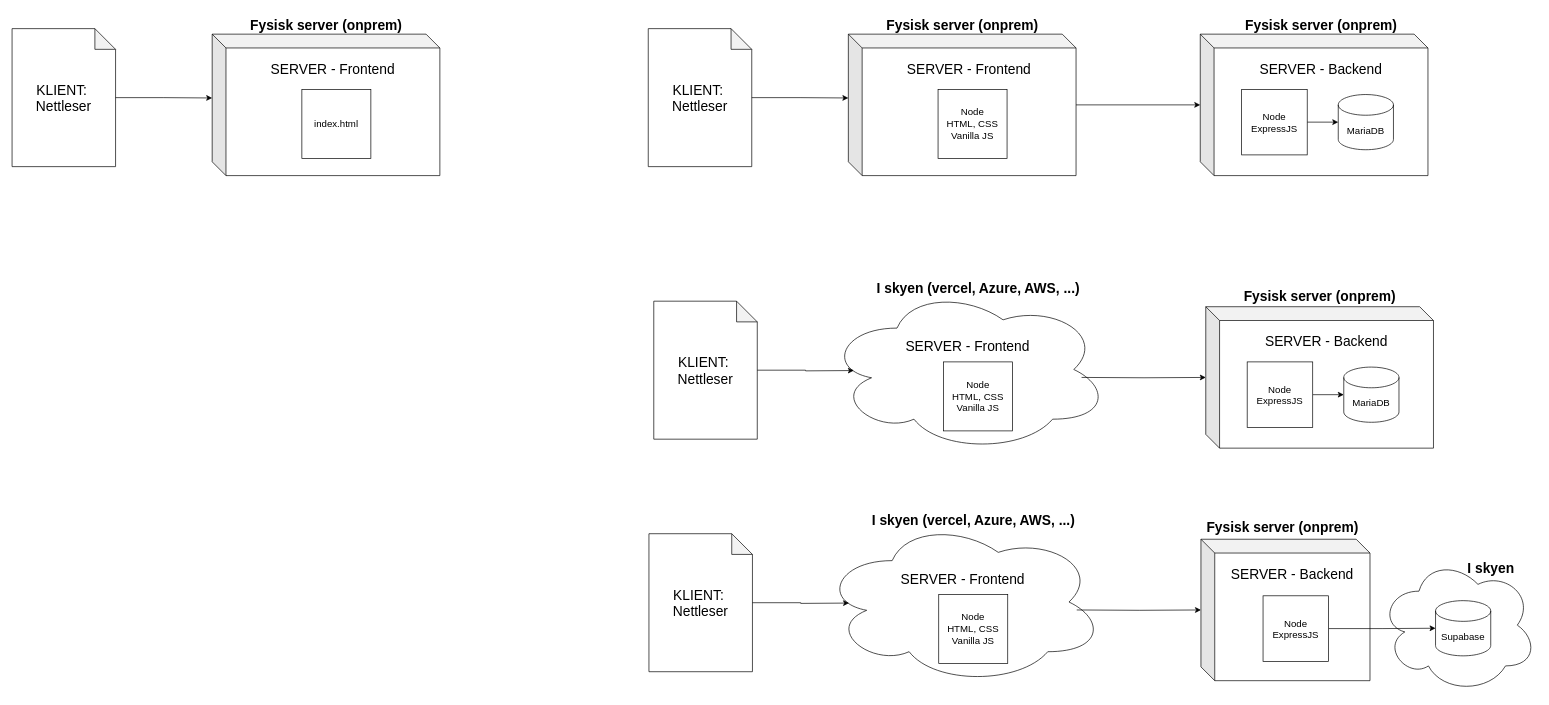
This is deploymentKURS.drawio from Madelelo/diagrammer, a draw.io file, before an edit. Source tidied: cells renumbered, new cells numbered last; positions are measured from the earlier drawing's top-left corner, leaving out a move shared by most shapes. Both pictures are drawn from the tidied source at 69%, with x=0, y=0 at pixel (12, 12).
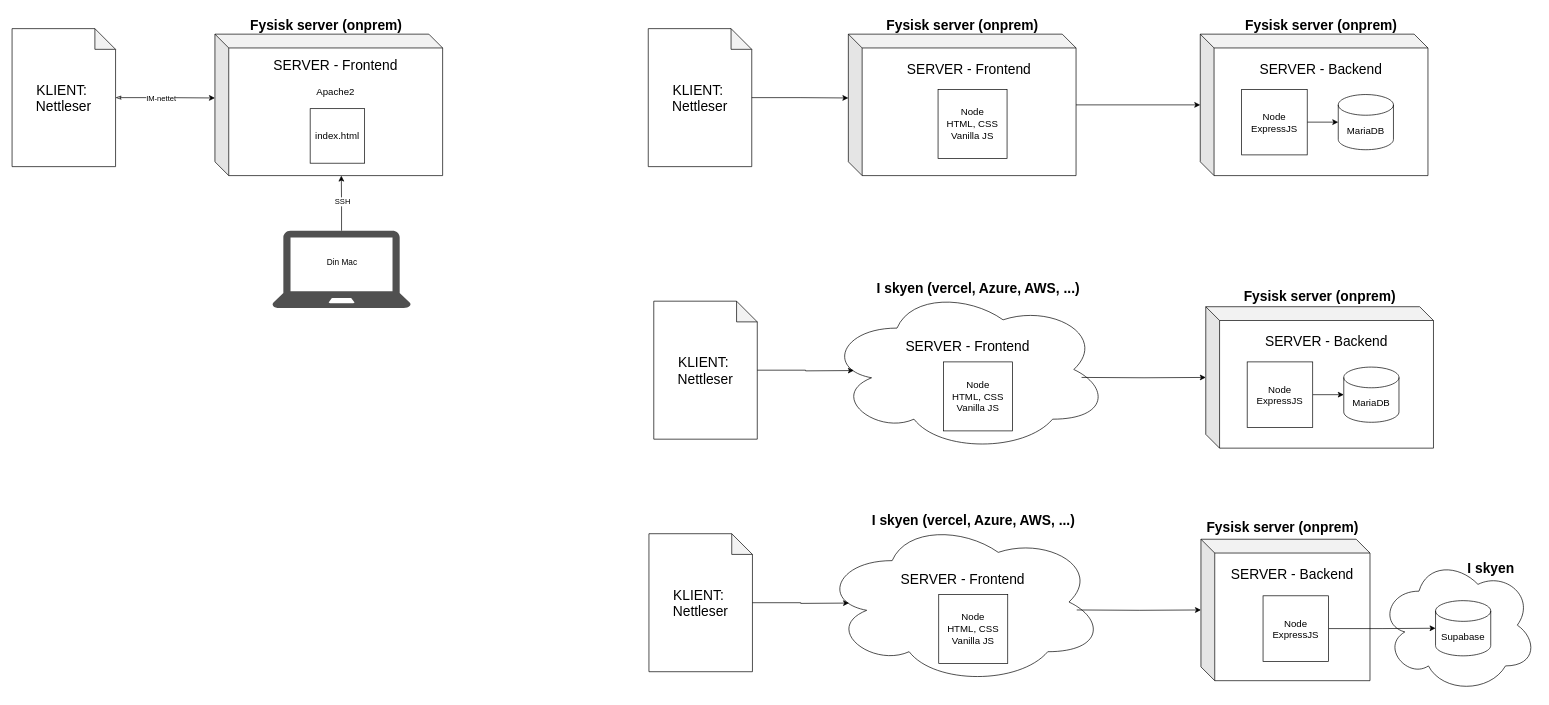
After the change.

The change refers to these unchanged cells:
```xml
<mxCell id="45" value="&lt;font style=&quot;font-size: 20px;&quot;&gt;KLIENT:&amp;nbsp;&lt;/font&gt;&lt;div&gt;&lt;font style=&quot;font-size: 20px;&quot;&gt;Nettleser&lt;/font&gt;&lt;/div&gt;" style="shape=note;whiteSpace=wrap;html=1;backgroundOutline=1;darkOpacity=0.05;" parent="1" vertex="1">
  <mxGeometry y="24" width="150" height="200" as="geometry" />
</mxCell>
```

Change to the diagram source:
```diff
@@
-    <mxCell id="42" style="group;" parent="1" vertex="1">
-      <mxGeometry x="290" y="32" width="330" height="205" as="geometry" />
-    </mxCell>
-    <mxCell id="43" value="&lt;font style=&quot;font-size: 20px;&quot;&gt;SERVER - Frontend&lt;/font&gt;&lt;div&gt;&lt;span style=&quot;font-size: 20px;&quot;&gt;&lt;br&gt;&lt;/span&gt;&lt;div&gt;&lt;br&gt;&lt;/div&gt;&lt;div&gt;&lt;br&gt;&lt;/div&gt;&lt;div&gt;&lt;br&gt;&lt;/div&gt;&lt;div&gt;&lt;br&gt;&lt;/div&gt;&lt;div&gt;&lt;br&gt;&lt;/div&gt;&lt;div&gt;&lt;br&gt;&lt;/div&gt;&lt;div&gt;&lt;br&gt;&lt;/div&gt;&lt;/div&gt;" style="shape=cube;whiteSpace=wrap;html=1;boundedLbl=1;backgroundOutline=1;darkOpacity=0.05;darkOpacity2=0.1;" parent="42" vertex="1">
-      <mxGeometry width="330" height="205" as="geometry" />
-    </mxCell>
-    <mxCell id="44" value="index.html" style="whiteSpace=wrap;html=1;fontSize=14;" parent="42" vertex="1">
-      <mxGeometry x="130" y="80" width="100" height="100" as="geometry" />
-    </mxCell>
@@
-    <mxCell id="47" style="edgeStyle=orthogonalEdgeStyle;rounded=0;jettySize=auto;html=1;entryX=0;entryY=0;entryDx=0;entryDy=92.5;entryPerimeter=0;" parent="1" edge="1" source="45" target="43">
+    <mxCell id="47" style="edgeStyle=orthogonalEdgeStyle;rounded=0;jettySize=auto;html=1;entryX=0;entryY=0;entryDx=0;entryDy=92.5;entryPerimeter=0;startArrow=classicThin;startFill=0;endArrow=classic;endFill=1;strokeWidth=1;" parent="1" edge="1" source="45" target="43">
       <mxGeometry relative="1" as="geometry" />
     </mxCell>
+    <mxCell id="48" value="IM-nettet" style="edgeLabel;html=1;align=center;verticalAlign=middle;" parent="47" vertex="1">
+      <mxGeometry x="-0.1" relative="1" as="geometry" />
+    </mxCell>
+    <mxCell id="43" value="&lt;font style=&quot;font-size: 20px;&quot;&gt;SERVER - Frontend&lt;/font&gt;&lt;div&gt;&lt;font style=&quot;font-size: 14px;&quot;&gt;&lt;br&gt;&lt;/font&gt;&lt;/div&gt;&lt;div&gt;&lt;font style=&quot;font-size: 14px;&quot;&gt;Apache2&lt;/font&gt;&lt;br&gt;&lt;div&gt;&lt;div&gt;&lt;br&gt;&lt;/div&gt;&lt;div&gt;&lt;br&gt;&lt;/div&gt;&lt;div&gt;&lt;br&gt;&lt;/div&gt;&lt;div&gt;&lt;br&gt;&lt;/div&gt;&lt;div&gt;&lt;br&gt;&lt;/div&gt;&lt;div&gt;&lt;br&gt;&lt;/div&gt;&lt;div&gt;&lt;br&gt;&lt;/div&gt;&lt;/div&gt;&lt;/div&gt;" style="shape=cube;whiteSpace=wrap;html=1;boundedLbl=1;backgroundOutline=1;darkOpacity=0.05;darkOpacity2=0.1;" parent="1" vertex="1">
+      <mxGeometry x="294" y="32" width="330" height="205" as="geometry" />
+    </mxCell>
+    <mxCell id="44" value="index.html" style="whiteSpace=wrap;html=1;fontSize=14;" parent="1" vertex="1">
+      <mxGeometry x="432" y="140" width="79" height="79" as="geometry" />
+    </mxCell>
+    <mxCell id="49" style="edgeStyle=orthogonalEdgeStyle;rounded=0;jettySize=auto;html=1;entryX=0.555;entryY=1;entryDx=0;entryDy=0;entryPerimeter=0;" parent="1" edge="1" source="52" target="43">
+      <mxGeometry relative="1" as="geometry" />
+    </mxCell>
+    <mxCell id="50" value="SSH" style="edgeLabel;html=1;align=center;verticalAlign=middle;" parent="49" vertex="1">
+      <mxGeometry x="0.08" y="-1" relative="1" as="geometry" />
+    </mxCell>
+    <mxCell id="51" style="group;" parent="1" vertex="1">
+      <mxGeometry x="377" y="317" width="201" height="112" as="geometry" />
+    </mxCell>
+    <mxCell id="52" style="sketch=0;shadow=0;dashed=0;html=1;strokeColor=none;fillColor=#505050;labelPosition=center;verticalLabelPosition=bottom;verticalAlign=top;outlineConnect=0;align=center;shape=mxgraph.office.devices.laptop;" parent="51" vertex="1">
+      <mxGeometry width="201" height="112" as="geometry" />
+    </mxCell>
+    <mxCell id="53" value="Din Mac" style="text;html=1;align=center;verticalAlign=middle;strokeColor=none;fillColor=none;" parent="51" vertex="1">
+      <mxGeometry x="69.5" y="33" width="62" height="26" as="geometry" />
+    </mxCell>
```
